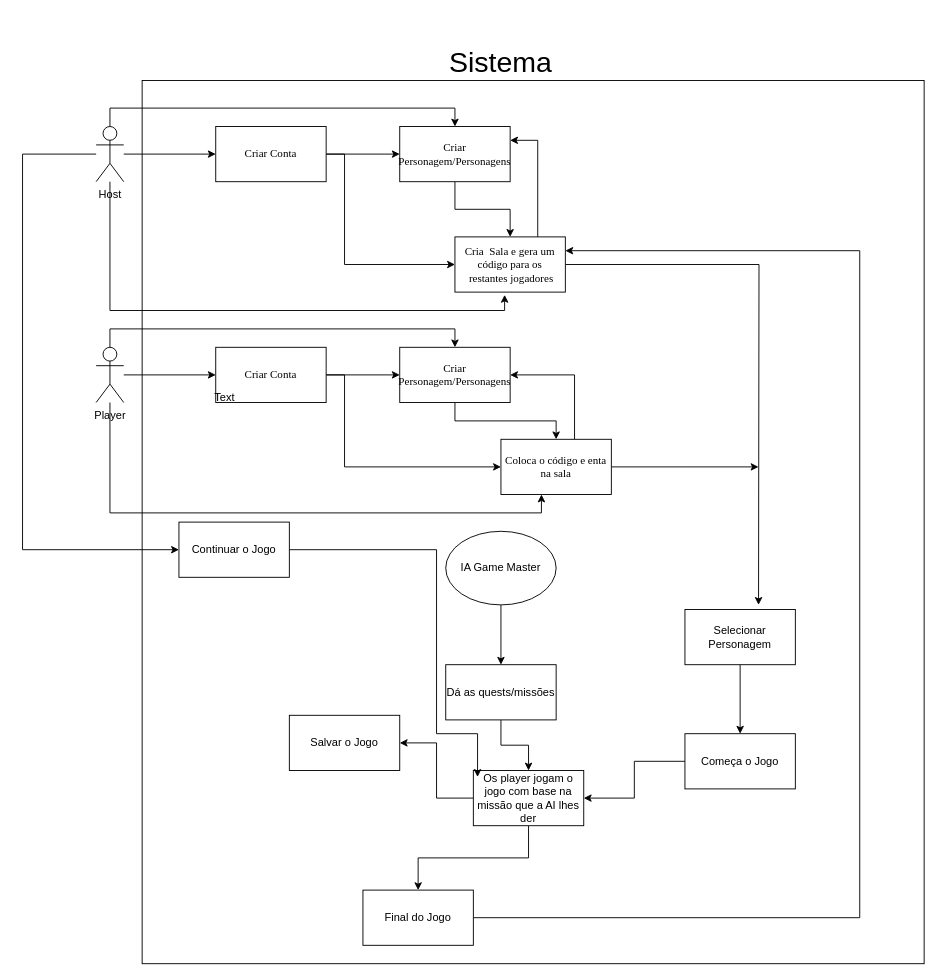
This is Use-Case.drawio from RickyBoyy/DnD, a draw.io file, before an edit. Source tidied: cells renumbered, new cells numbered last; positions are measured from the earlier drawing's top-left corner, leaving out a move shared by most shapes. Both pictures are drawn from the tidied source at 92%, with x=0, y=0 at pixel (22, 16).
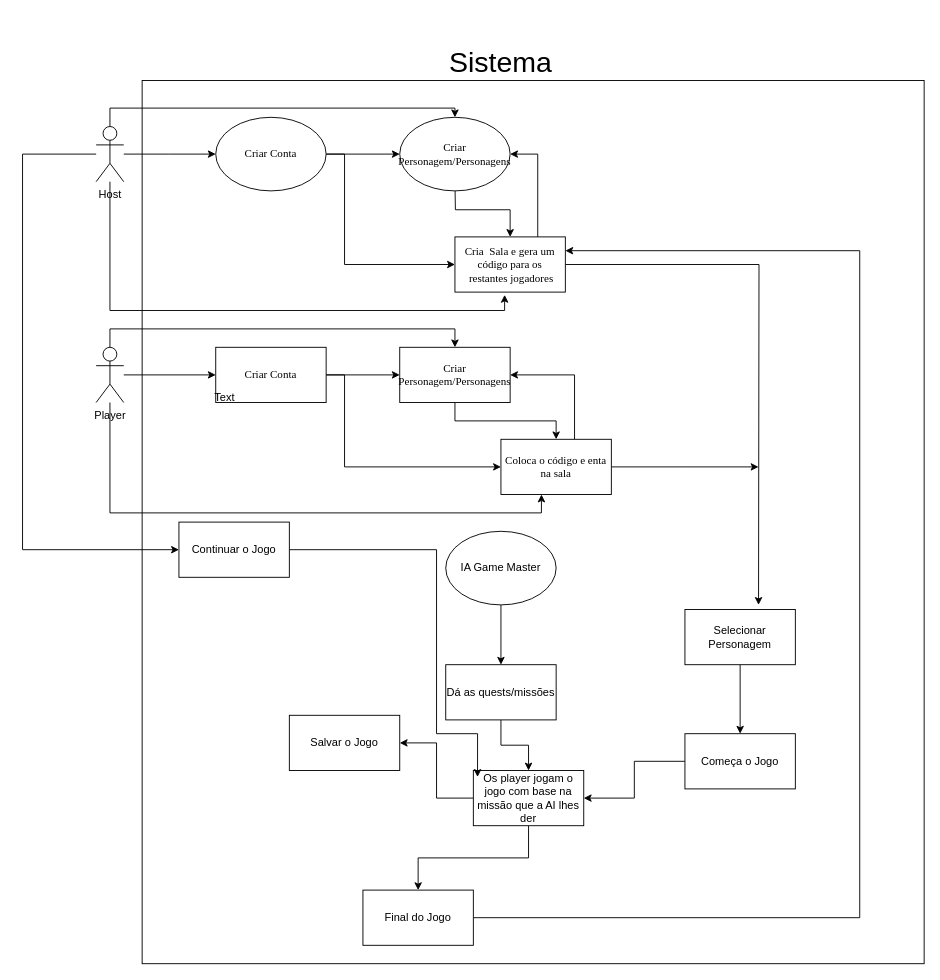
The same diagram, later.

The change refers to these unchanged cells:
```xml
<mxCell id="6" value="Host&lt;div&gt;&lt;br&gt;&lt;/div&gt;" style="shape=umlActor;verticalLabelPosition=bottom;verticalAlign=top;html=1;outlineConnect=0;" parent="1" vertex="1">
  <mxGeometry x="80" y="120" width="30" height="60" as="geometry" />
</mxCell>
<mxCell id="14" value="&lt;div&gt;Cria&amp;nbsp; Sala e gera um código para os&lt;/div&gt;&lt;div&gt;&amp;nbsp;restantes jogadores&lt;/div&gt;" style="whiteSpace=wrap;html=1;fontFamily=Times New Roman;rounded=0;" parent="1" vertex="1">
  <mxGeometry x="470" y="240" width="120" height="60" as="geometry" />
</mxCell>
```

Diff of the diagram source:
```diff
@@
-    <mxCell id="3" style="edgeStyle=orthogonalEdgeStyle;rounded=0;jettySize=auto;html=1;" parent="1" edge="1" source="6" target="9">
-      <mxGeometry relative="1" as="geometry" />
+    <mxCell id="3" style="edgeStyle=orthogonalEdgeStyle;rounded=0;jettySize=auto;html=1;" parent="1" edge="1" source="6">
+      <mxGeometry relative="1" as="geometry">
+        <mxPoint x="210" y="150" as="targetPoint" />
+      </mxGeometry>
     </mxCell>
@@
-    <mxCell id="7" style="edgeStyle=orthogonalEdgeStyle;rounded=0;jettySize=auto;html=1;" parent="1" edge="1" source="9" target="11">
-      <mxGeometry relative="1" as="geometry" />
+    <mxCell id="7" style="edgeStyle=orthogonalEdgeStyle;rounded=0;orthogonalLoop=1;jettySize=auto;html=1;" parent="1" edge="1">
+      <mxGeometry relative="1" as="geometry">
+        <mxPoint x="330" y="150" as="sourcePoint" />
+        <mxPoint x="410" y="150" as="targetPoint" />
+      </mxGeometry>
     </mxCell>
-    <mxCell id="8" style="edgeStyle=orthogonalEdgeStyle;rounded=0;jettySize=auto;html=1;entryX=0;entryY=0.5;entryDx=0;entryDy=0;" parent="1" edge="1" source="9" target="14">
+    <mxCell id="8" style="edgeStyle=orthogonalEdgeStyle;rounded=0;jettySize=auto;html=1;entryX=0;entryY=0.5;entryDx=0;entryDy=0;" parent="1" edge="1" target="14">
       <mxGeometry relative="1" as="geometry">
+        <mxPoint x="330" y="150" as="sourcePoint" />
         <Array as="points">
           <mxPoint x="350" y="150" />
           <mxPoint x="350" y="270" />
         </Array>
       </mxGeometry>
     </mxCell>
-    <mxCell id="9" value="&lt;div&gt;Criar Conta&lt;/div&gt;" style="rounded=0;whiteSpace=wrap;html=1;fontFamily=Times New Roman;" parent="1" vertex="1">
-      <mxGeometry x="210" y="120" width="120" height="60" as="geometry" />
-    </mxCell>
-    <mxCell id="10" style="edgeStyle=orthogonalEdgeStyle;rounded=0;jettySize=auto;html=1;" parent="1" edge="1" source="11" target="14">
-      <mxGeometry relative="1" as="geometry" />
+    <mxCell id="10" style="edgeStyle=orthogonalEdgeStyle;rounded=0;jettySize=auto;html=1;" parent="1" edge="1" target="14">
+      <mxGeometry relative="1" as="geometry">
+        <mxPoint x="470" y="180" as="sourcePoint" />
+      </mxGeometry>
     </mxCell>
-    <mxCell id="11" value="Criar Personagem/Personagens" style="whiteSpace=wrap;html=1;fontFamily=Times New Roman;rounded=0;" parent="1" vertex="1">
-      <mxGeometry x="410" y="120" width="120" height="60" as="geometry" />
-    </mxCell>
@@
-    <mxCell id="13" style="edgeStyle=orthogonalEdgeStyle;rounded=0;jettySize=auto;html=1;exitX=0.75;exitY=0;exitDx=0;exitDy=0;entryX=1;entryY=0.25;entryDx=0;entryDy=0;" parent="1" edge="1" source="14" target="11">
+    <mxCell id="13" style="edgeStyle=orthogonalEdgeStyle;rounded=0;jettySize=auto;html=1;exitX=0.75;exitY=0;exitDx=0;exitDy=0;entryX=1;entryY=0.5;entryDx=0;entryDy=0;" parent="1" edge="1" source="14" target="11">
       <mxGeometry relative="1" as="geometry" />
     </mxCell>
@@
+    <mxCell id="9" value="Criar Conta" style="ellipse;whiteSpace=wrap;html=1;rounded=0;strokeColor=default;align=center;verticalAlign=middle;fontFamily=Times New Roman;fontSize=12;fontColor=default;fillColor=default;" parent="1" vertex="1">
+      <mxGeometry x="210" y="110" width="120" height="80" as="geometry" />
+    </mxCell>
+    <mxCell id="11" value="Criar Personagem/Personagens" style="ellipse;whiteSpace=wrap;html=1;rounded=0;strokeColor=default;align=center;verticalAlign=middle;fontFamily=Times New Roman;fontSize=12;fontColor=default;fillColor=default;" parent="1" vertex="1">
+      <mxGeometry x="410" y="110" width="120" height="80" as="geometry" />
+    </mxCell>
```
